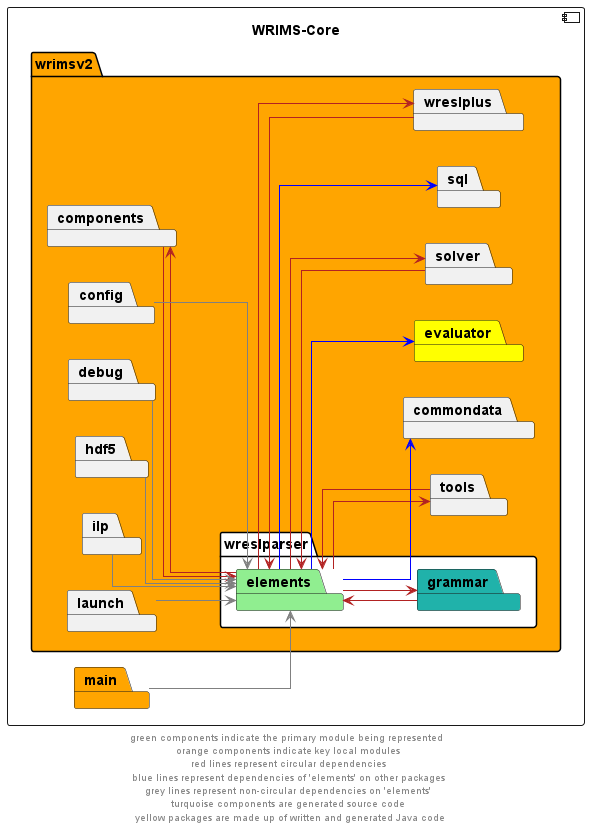
The PlantUML diagram docs/diagrams/wrims-core/wrims-core_wreslparser-elements.png in CentralValleyModeling/wrims-engine, before a commit.
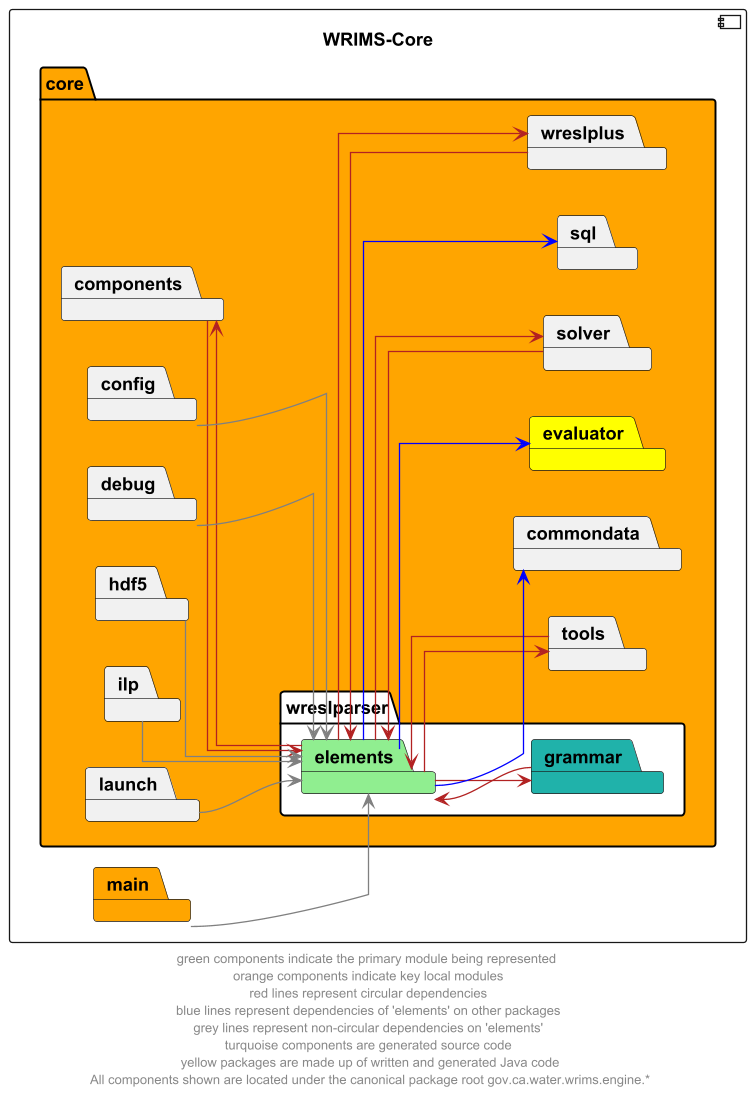
After the commit.

What changed in the source:
```diff
@@ -3,7 +3,7 @@
 skinparam linetype ortho
 
 component wrims_core as "WRIMS-Core" {
-    package wrimsv2 #orange {
+    package core #orange {
         package wreslparser #white {
             package elements #lightgreen
             package grammar #lightseagreen
@@ -48,5 +48,5 @@
 main --> elements #grey
 
 
-footer "green components indicate the primary module being represented \n orange components indicate key local modules \n red lines represent circular dependencies \n blue lines represent dependencies of 'elements' on other packages \n grey lines represent non-circular dependencies on 'elements' \n turquoise components are generated source code \n yellow packages are made up of written and generated Java code"
+footer "green components indicate the primary module being represented \n orange components indicate key local modules \n red lines represent circular dependencies \n blue lines represent dependencies of 'elements' on other packages \n grey lines represent non-circular dependencies on 'elements' \n turquoise components are generated source code \n yellow packages are made up of written and generated Java code\n All components shown are located under the canonical package root gov.ca.water.wrims.engine.*"
 @enduml
```
